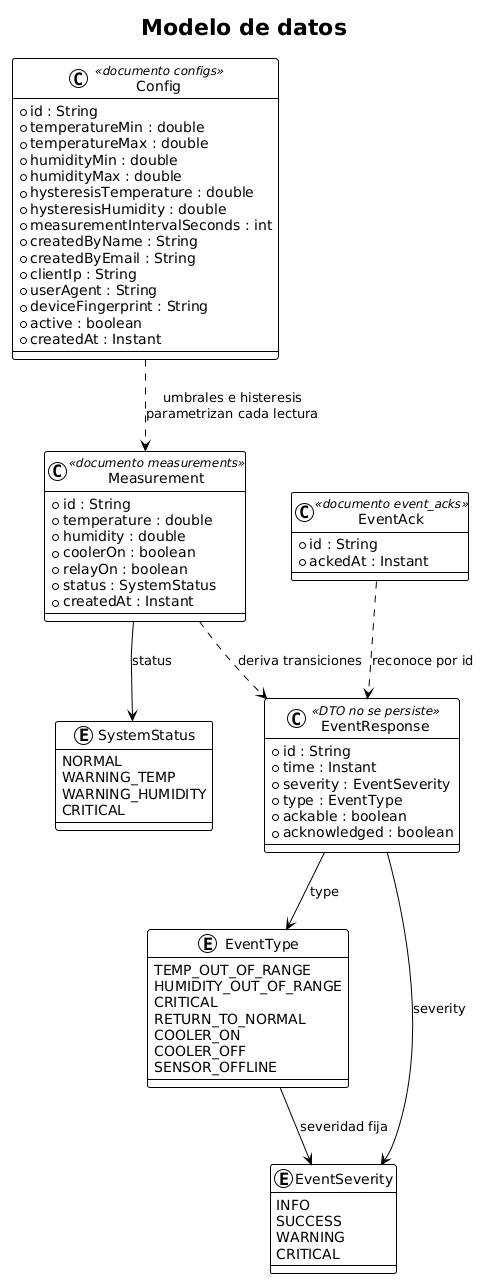
This is docs/uml/class_model.png from andinogabriel/plc-control-backend, a PlantUML export, as it was before one commit.
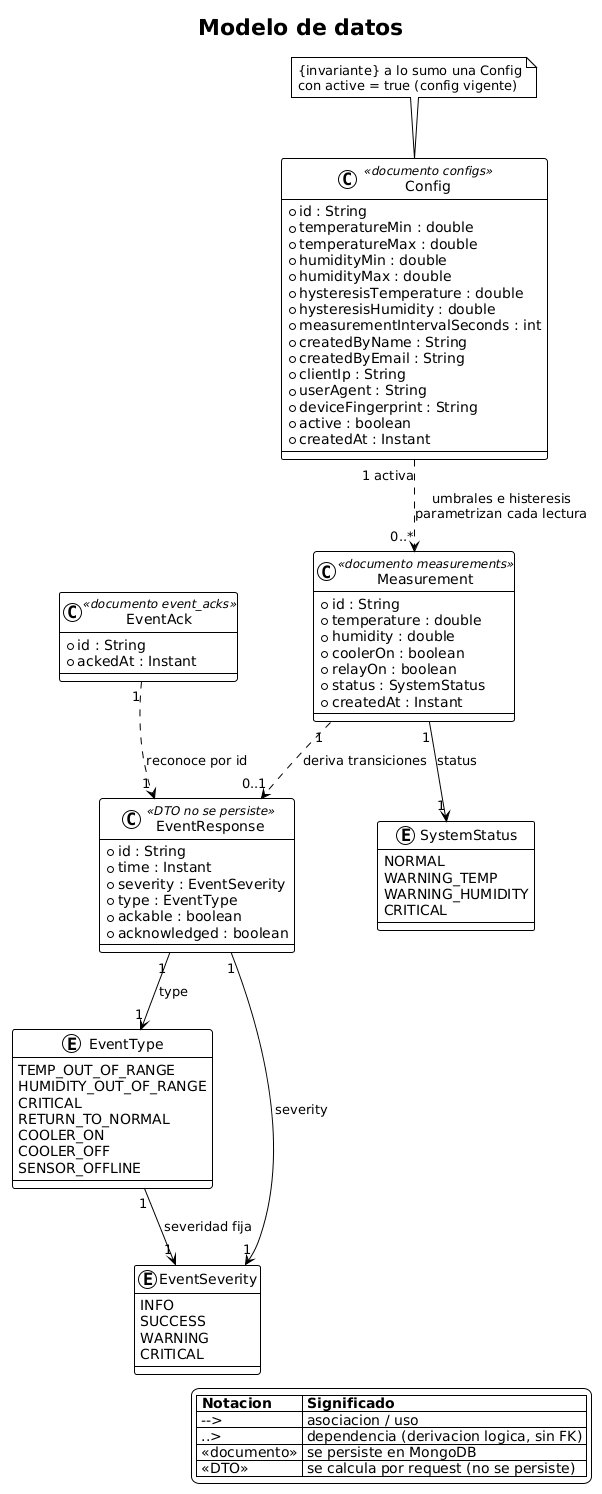
After the commit.

What changed in the source:
```diff
@@ -70,11 +70,24 @@
   CRITICAL
 }
 
-Config ..> Measurement : umbrales e histeresis\nparametrizan cada lectura
-Measurement --> SystemStatus : status
-Measurement ..> EventResponse : deriva transiciones
-EventAck ..> EventResponse : reconoce por id
-EventResponse --> EventType : type
-EventResponse --> EventSeverity : severity
-EventType --> EventSeverity : severidad fija
+Config "1 activa" ..> "0..*" Measurement : umbrales e histeresis\nparametrizan cada lectura
+Measurement "1" --> "1" SystemStatus : status
+Measurement "1" ..> "0..1" EventResponse : deriva transiciones
+EventAck "1" ..> "1" EventResponse : reconoce por id
+EventResponse "1" --> "1" EventType : type
+EventResponse "1" --> "1" EventSeverity : severity
+EventType "1" --> "1" EventSeverity : severidad fija
+
+note top of Config
+  {invariante} a lo sumo una Config
+  con active = true (config vigente)
+end note
+
+legend right
+  |= Notacion |= Significado |
+  | --> | asociacion / uso |
+  | ..> | dependencia (derivacion logica, sin FK) |
+  | «documento» | se persiste en MongoDB |
+  | «DTO» | se calcula por request (no se persiste) |
+endlegend
 @enduml
```
